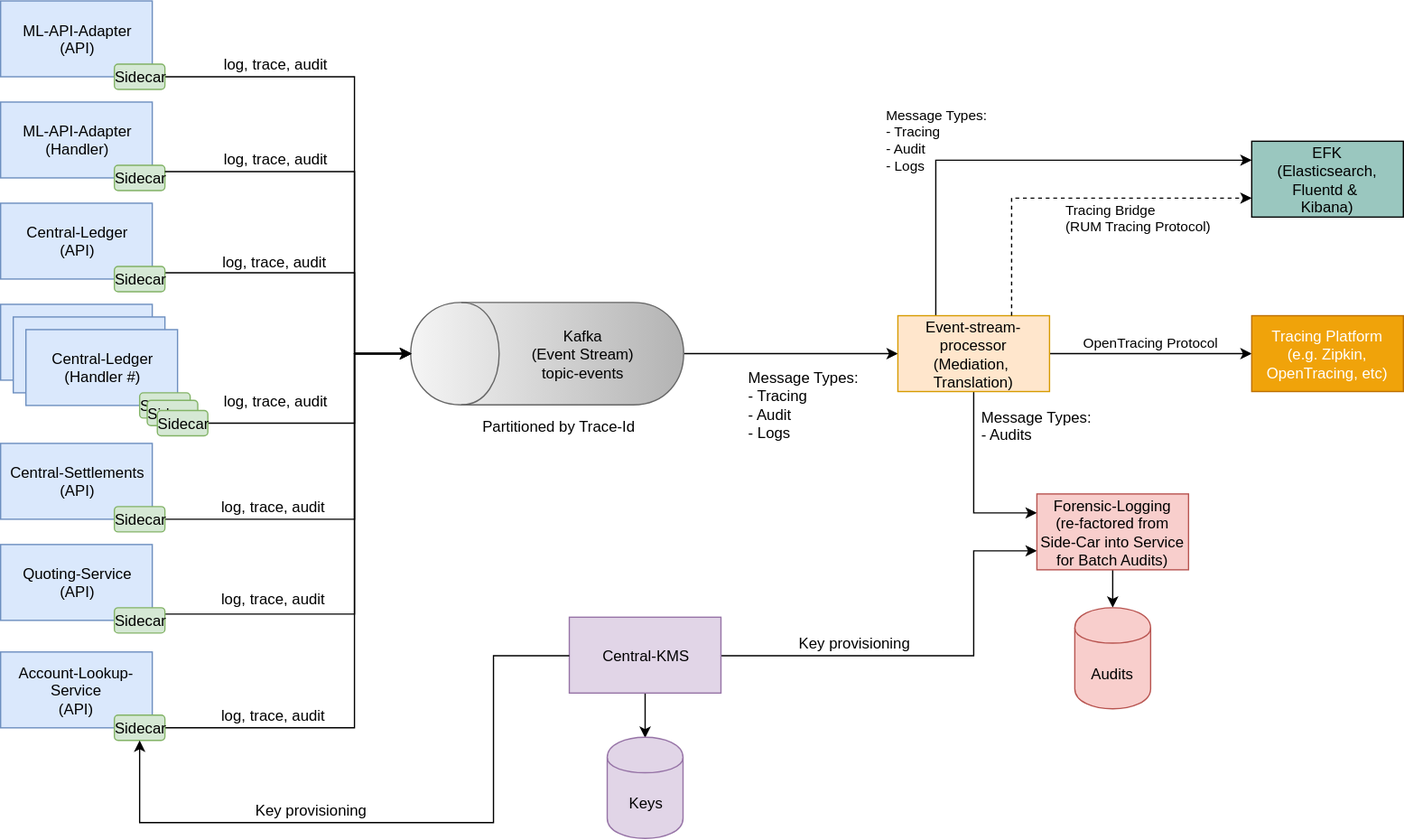
Before: mojaloop-technical-overview/event-framework/assets/diagrams/architecture/architecture-event-framework.svg, a diagram exported from draw.io (mojaloop/documentation). Source tidied: cells renumbered, new cells last; positions are measured from the earlier drawing's top-left corner, leaving out a move shared by most shapes.
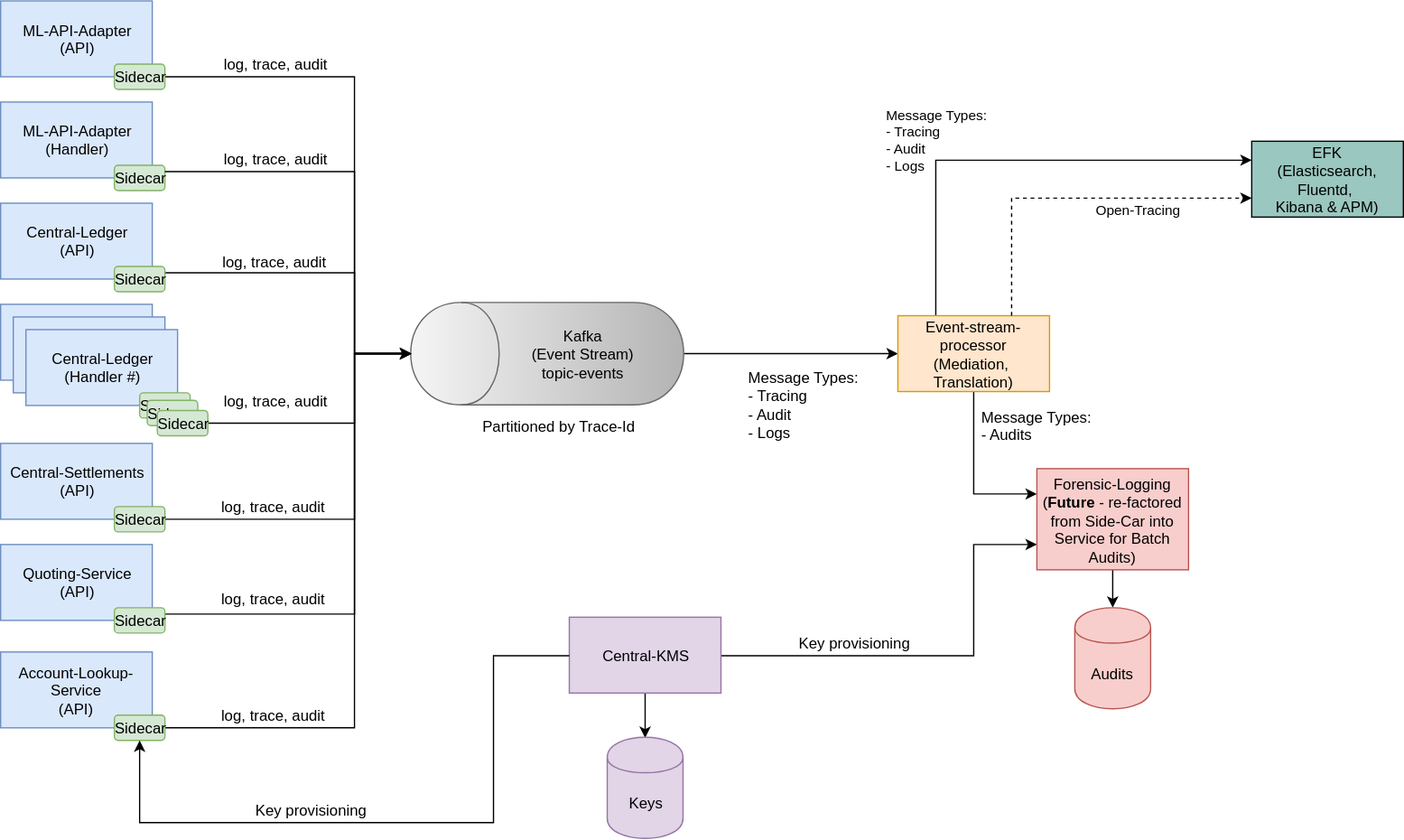
Later version of the same file.

Commit message:
Updated event-framework and arch diagram for PI7

What changed in the source:
```diff
@@ -40,7 +40,7 @@
     <mxCell id="12" value="&lt;div style=&quot;text-align: left&quot;&gt;&lt;br&gt;&lt;/div&gt;" style="edgeStyle=orthogonalEdgeStyle;rounded=0;jettySize=auto;html=1;exitX=0.5;exitY=1;exitDx=0;exitDy=0;entryX=0;entryY=0.25;entryDx=0;entryDy=0;" parent="1" edge="1" source="47" target="40">
       <mxGeometry x="1" y="75" relative="1" as="geometry">
         <Array as="points">
-          <mxPoint x="770" y="405" />
+          <mxPoint x="770" y="390" />
         </Array>
       </mxGeometry>
     </mxCell>
@@ -52,14 +52,6 @@
         <mxPoint x="-10" y="3" as="offset" />
       </mxGeometry>
     </mxCell>
-    <mxCell id="14" style="edgeStyle=orthogonalEdgeStyle;rounded=0;jettySize=auto;html=1;exitX=1;exitY=0.5;exitDx=0;exitDy=0;" parent="1" edge="1" source="47" target="46">
-      <mxGeometry relative="1" as="geometry" />
-    </mxCell>
-    <mxCell id="15" value="&lt;div style=&quot;text-align: left ; font-size: 11px&quot;&gt;OpenTracing Protocol&lt;/div&gt;" style="text;html=1;align=center;verticalAlign=middle;labelBackgroundColor=none;" parent="14" vertex="1">
-      <mxGeometry x="0.13" y="1" relative="1" as="geometry">
-        <mxPoint x="-10" y="-9.5" as="offset" />
-      </mxGeometry>
-    </mxCell>
     <mxCell id="16" value="&lt;div style=&quot;text-align: center&quot;&gt;&lt;/div&gt;" style="shape=cylinder;whiteSpace=wrap;html=1;boundedLbl=1;backgroundOutline=1;rotation=-90;flipH=1;flipV=0;direction=east;fillColor=#f5f5f5;strokeColor=#666666;gradientColor=#b3b3b3;" parent="1" vertex="1">
       <mxGeometry x="392" y="171" width="81" height="216" as="geometry" />
     </mxCell>
@@ -156,7 +148,7 @@
     <mxCell id="36" style="edgeStyle=orthogonalEdgeStyle;rounded=0;jettySize=auto;html=1;entryX=0;entryY=0.5;entryDx=0;entryDy=0;exitX=0.5;exitY=1;exitDx=0;exitDy=0;" parent="1" edge="1" source="16" target="47">
       <mxGeometry relative="1" as="geometry" />
     </mxCell>
-    <mxCell id="37" value="EFK&lt;br&gt;(Elasticsearch, Fluentd &amp;amp;&amp;nbsp;&lt;br&gt;Kibana)&lt;br&gt;" style="rounded=0;whiteSpace=wrap;html=1;fillColor=#9AC7BF;" parent="1" vertex="1">
+    <mxCell id="37" value="EFK&lt;br&gt;(Elasticsearch, Fluentd,&amp;nbsp;&lt;br&gt;Kibana &amp;amp; APM)" style="rounded=0;whiteSpace=wrap;html=1;fillColor=#9AC7BF;" parent="1" vertex="1">
       <mxGeometry x="990" y="111" width="120" height="60" as="geometry" />
     </mxCell>
     <mxCell id="38" style="edgeStyle=orthogonalEdgeStyle;rounded=0;jettySize=auto;html=1;" parent="1" edge="1" source="40" target="43">
@@ -166,17 +158,17 @@
       <mxGeometry relative="1" as="geometry">
         <Array as="points">
           <mxPoint x="770" y="518" />
-          <mxPoint x="770" y="435" />
+          <mxPoint x="770" y="430" />
         </Array>
       </mxGeometry>
     </mxCell>
-    <mxCell id="40" value="Forensic-Logging&lt;br&gt;(re-factored from Side-Car into Service for Batch Audits)&lt;br&gt;" style="rounded=0;whiteSpace=wrap;html=1;fillColor=#f8cecc;strokeColor=#b85450;" parent="1" vertex="1">
-      <mxGeometry x="820" y="390" width="120" height="60" as="geometry" />
+    <mxCell id="40" value="Forensic-Logging&lt;br&gt;(&lt;b&gt;Future&lt;/b&gt; - re-factored from Side-Car into Service for Batch Audits)" style="rounded=0;whiteSpace=wrap;html=1;fillColor=#f8cecc;strokeColor=#b85450;" parent="1" vertex="1">
+      <mxGeometry x="820" y="370" width="120" height="80" as="geometry" />
     </mxCell>
     <mxCell id="41" style="edgeStyle=orthogonalEdgeStyle;rounded=0;jettySize=auto;html=1;entryX=0.5;entryY=0;entryDx=0;entryDy=0;" parent="1" edge="1" source="42" target="44">
       <mxGeometry relative="1" as="geometry" />
     </mxCell>
-    <mxCell id="42" value="Central-KMS&lt;br&gt;" style="rounded=0;whiteSpace=wrap;html=1;fillColor=#e1d5e7;strokeColor=#9673a6;" parent="1" vertex="1">
+    <mxCell id="42" value="Central-KMS" style="rounded=0;whiteSpace=wrap;html=1;fillColor=#e1d5e7;strokeColor=#9673a6;" parent="1" vertex="1">
       <mxGeometry x="450" y="487.5" width="120" height="60" as="geometry" />
     </mxCell>
     <mxCell id="43" value="Audits" style="shape=cylinder;whiteSpace=wrap;html=1;boundedLbl=1;backgroundOutline=1;fillColor=#f8cecc;strokeColor=#b85450;" parent="1" vertex="1">
@@ -188,23 +180,15 @@
     <mxCell id="45" value="&lt;div style=&quot;text-align: left&quot;&gt;Partitioned by Trace-Id&lt;/div&gt;" style="text;html=1;strokeColor=none;fillColor=none;align=center;verticalAlign=middle;whiteSpace=wrap;rounded=0;" parent="1" vertex="1">
       <mxGeometry x="346" y="326" width="190" height="20" as="geometry" />
     </mxCell>
-    <mxCell id="46" value="Tracing Platform &lt;br&gt;(e.g. Zipkin, OpenTracing, etc)&lt;br&gt;" style="rounded=0;whiteSpace=wrap;html=1;fillColor=#f0a30a;strokeColor=#BD7000;fontColor=#ffffff;" parent="1" vertex="1">
-      <mxGeometry x="990" y="249" width="120" height="60" as="geometry" />
-    </mxCell>
     <mxCell id="47" value="Event-stream-processor&lt;br&gt;(Mediation,&amp;nbsp; Translation)&lt;br&gt;" style="rounded=0;whiteSpace=wrap;html=1;fillColor=#ffe6cc;strokeColor=#d79b00;" parent="1" vertex="1">
       <mxGeometry x="710" y="249" width="120" height="60" as="geometry" />
     </mxCell>
-    <mxCell id="48" value="&lt;div style=&quot;text-align: left ; font-size: 11px&quot;&gt;&lt;br&gt;&lt;/div&gt;" style="text;html=1;align=center;verticalAlign=middle;labelBackgroundColor=none;" parent="1" vertex="1">
-      <mxGeometry x="940" y="280" as="geometry">
-        <mxPoint x="-277" y="-44" as="offset" />
-      </mxGeometry>
-    </mxCell>
     <mxCell id="49" style="edgeStyle=orthogonalEdgeStyle;rounded=0;jettySize=auto;html=1;exitX=0.75;exitY=0;exitDx=0;exitDy=0;entryX=0;entryY=0.75;entryDx=0;entryDy=0;dashed=1;" parent="1" edge="1" source="47" target="37">
       <mxGeometry relative="1" as="geometry" />
     </mxCell>
-    <mxCell id="50" value="&lt;div style=&quot;text-align: left ; font-size: 11px&quot;&gt;Tracing Bridge&lt;/div&gt;&lt;div style=&quot;text-align: left ; font-size: 11px&quot;&gt;(RUM Tracing Protocol)&lt;/div&gt;" style="text;html=1;align=center;verticalAlign=middle;labelBackgroundColor=none;" parent="49" vertex="1">
+    <mxCell id="50" value="&lt;div style=&quot;text-align: left ; font-size: 11px&quot;&gt;Open-Tracing&lt;/div&gt;" style="text;html=1;align=center;verticalAlign=middle;labelBackgroundColor=none;" parent="49" vertex="1">
       <mxGeometry x="0.13" y="1" relative="1" as="geometry">
-        <mxPoint x="33" y="16" as="offset" />
+        <mxPoint x="33" y="9" as="offset" />
       </mxGeometry>
     </mxCell>
     <mxCell id="51" value="&lt;div style=&quot;text-align: left&quot;&gt;log, trace, audit&lt;/div&gt;" style="text;html=1;strokeColor=none;fillColor=none;align=center;verticalAlign=middle;whiteSpace=wrap;rounded=0;" parent="1" vertex="1">
```
